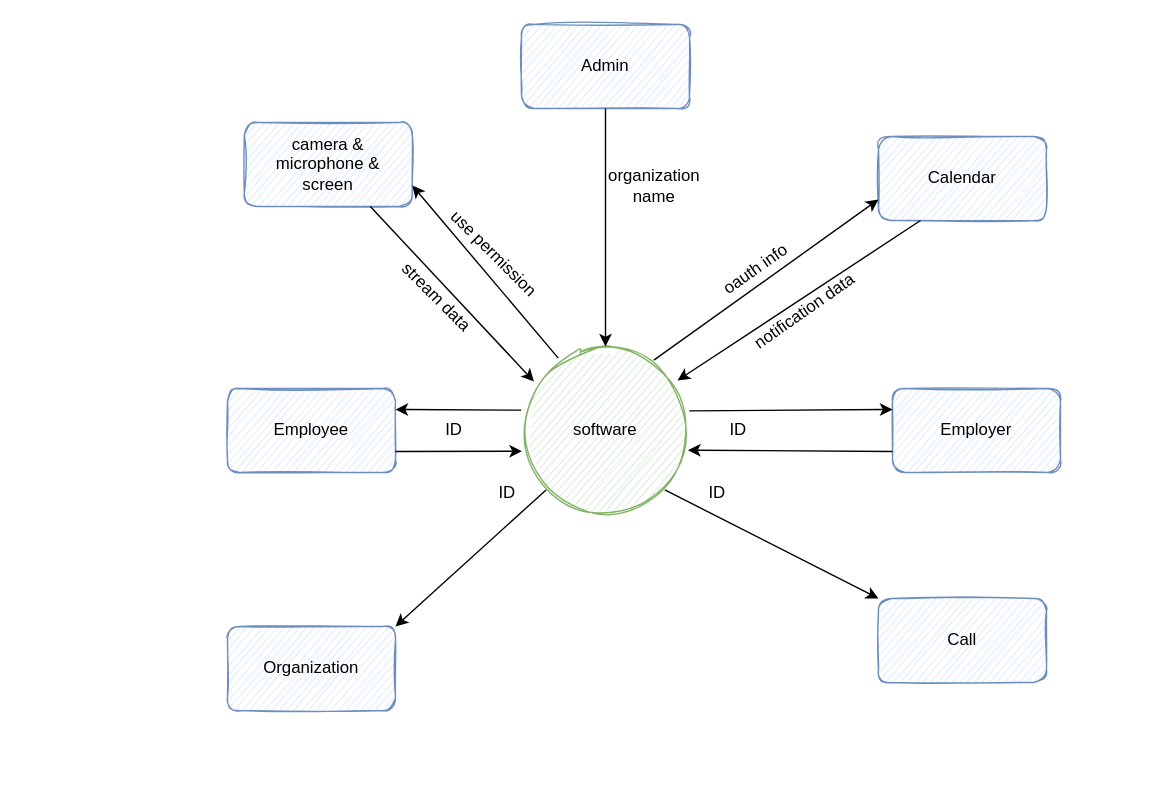
Before: software-design/DFD-layer-0.drawio in mohammadne/AUT, a draw.io diagram. Source tidied: cells renumbered, new cells numbered last; positions are measured from the earlier drawing's top-left corner, leaving out a move shared by most shapes. Both pictures are drawn from the tidied source at 140%, with x=0, y=0 at pixel (227, 24).
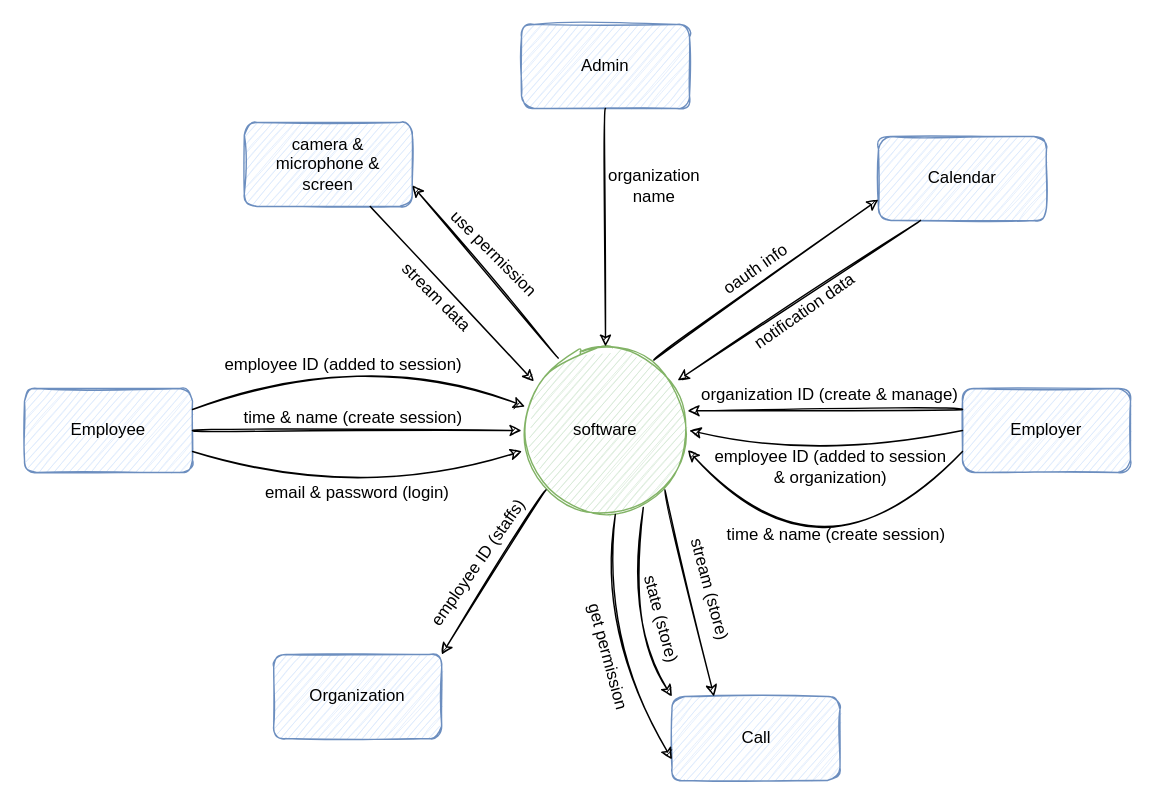
Above is the later version.

The change refers to these unchanged cells:
```xml
<mxCell id="2" value="Admin" style="rounded=1;whiteSpace=wrap;html=1;sketch=1;fillColor=#dae8fc;strokeColor=#6c8ebf;" parent="1" vertex="1">
  <mxGeometry x="210" width="120" height="60" as="geometry" />
</mxCell>
<mxCell id="6" value="Calendar" style="rounded=1;whiteSpace=wrap;html=1;sketch=1;fillColor=#dae8fc;strokeColor=#6c8ebf;" parent="1" vertex="1">
  <mxGeometry x="465" y="80" width="120" height="60" as="geometry" />
</mxCell>
<mxCell id="8" value="camera &amp;amp; &lt;br&gt;microphone &amp;amp;&lt;br&gt;screen" style="rounded=1;whiteSpace=wrap;html=1;sketch=1;fillColor=#dae8fc;strokeColor=#6c8ebf;" parent="1" vertex="1">
  <mxGeometry x="12" y="70" width="120" height="60" as="geometry" />
</mxCell>
<mxCell id="9" value="software" style="ellipse;whiteSpace=wrap;html=1;rounded=1;sketch=1;fillColor=#d5e8d4;strokeColor=#82b366;" parent="1" vertex="1">
  <mxGeometry x="210" y="230" width="120" height="120" as="geometry" />
</mxCell>
```

The edit, as a diff of the source:
```diff
@@
     <mxCell id="3" value="Employee" style="rounded=1;whiteSpace=wrap;html=1;sketch=1;fillColor=#dae8fc;strokeColor=#6c8ebf;" parent="1" vertex="1">
-      <mxGeometry y="260" width="120" height="60" as="geometry" />
+      <mxGeometry x="-145" y="260" width="120" height="60" as="geometry" />
     </mxCell>
     <mxCell id="4" value="Employer" style="rounded=1;whiteSpace=wrap;html=1;sketch=1;fillColor=#dae8fc;strokeColor=#6c8ebf;" parent="1" vertex="1">
-      <mxGeometry x="475" y="260" width="120" height="60" as="geometry" />
+      <mxGeometry x="525" y="260" width="120" height="60" as="geometry" />
     </mxCell>
     <mxCell id="5" value="Organization" style="rounded=1;whiteSpace=wrap;html=1;sketch=1;fillColor=#dae8fc;strokeColor=#6c8ebf;" parent="1" vertex="1">
-      <mxGeometry y="430" width="120" height="60" as="geometry" />
+      <mxGeometry x="33" y="450" width="120" height="60" as="geometry" />
     </mxCell>
@@
     <mxCell id="7" value="Call" style="rounded=1;whiteSpace=wrap;html=1;sketch=1;fillColor=#dae8fc;strokeColor=#6c8ebf;" parent="1" vertex="1">
-      <mxGeometry x="465" y="410" width="120" height="60" as="geometry" />
+      <mxGeometry x="317.5" y="480" width="120" height="60" as="geometry" />
     </mxCell>
@@
-    <mxCell id="10" style="endArrow=classic;html=1;rounded=0;exitX=0.25;exitY=1;exitDx=0;exitDy=0;entryX=0.929;entryY=0.202;entryDx=0;entryDy=0;entryPerimeter=0;" parent="1" edge="1" source="6" target="9">
+    <mxCell id="10" style="endArrow=classic;html=1;rounded=1;exitX=0.25;exitY=1;exitDx=0;exitDy=0;entryX=0.929;entryY=0.202;entryDx=0;entryDy=0;entryPerimeter=0;sketch=1;curved=1;" parent="1" edge="1" source="6" target="9">
       <mxGeometry relative="1" as="geometry" />
     </mxCell>
-    <mxCell id="11" value="notification data" style="text;html=1;strokeColor=none;fillColor=none;align=center;verticalAlign=middle;whiteSpace=wrap;rounded=0;rotation=-35;" parent="1" vertex="1">
+    <mxCell id="11" value="notification data" style="text;html=1;strokeColor=none;fillColor=none;align=center;verticalAlign=middle;whiteSpace=wrap;rounded=1;rotation=-35;sketch=1;" parent="1" vertex="1">
       <mxGeometry x="365" y="190" width="95" height="30" as="geometry" />
     </mxCell>
-    <mxCell id="12" style="endArrow=classic;html=1;rounded=0;exitX=0.75;exitY=1;exitDx=0;exitDy=0;entryX=0.074;entryY=0.208;entryDx=0;entryDy=0;entryPerimeter=0;" parent="1" edge="1" source="8" target="9">
+    <mxCell id="12" style="endArrow=classic;html=1;rounded=1;exitX=0.75;exitY=1;exitDx=0;exitDy=0;entryX=0.074;entryY=0.208;entryDx=0;entryDy=0;entryPerimeter=0;sketch=1;curved=1;" parent="1" edge="1" source="8" target="9">
       <mxGeometry relative="1" as="geometry" />
     </mxCell>
-    <mxCell id="13" value="stream data" style="text;html=1;strokeColor=none;fillColor=none;align=center;verticalAlign=middle;whiteSpace=wrap;rounded=0;rotation=45;" parent="1" vertex="1">
+    <mxCell id="13" value="stream data" style="text;html=1;strokeColor=none;fillColor=none;align=center;verticalAlign=middle;whiteSpace=wrap;rounded=1;rotation=45;sketch=1;" parent="1" vertex="1">
       <mxGeometry x="107" y="180" width="85" height="30" as="geometry" />
     </mxCell>
-    <mxCell id="14" style="endArrow=classic;html=1;rounded=0;exitX=0.5;exitY=1;exitDx=0;exitDy=0;entryX=0.5;entryY=0;entryDx=0;entryDy=0;" parent="1" edge="1" source="2" target="9">
+    <mxCell id="14" style="endArrow=classic;html=1;rounded=1;exitX=0.5;exitY=1;exitDx=0;exitDy=0;entryX=0.5;entryY=0;entryDx=0;entryDy=0;sketch=1;curved=1;" parent="1" edge="1" source="2" target="9">
       <mxGeometry relative="1" as="geometry" />
     </mxCell>
-    <mxCell id="15" value="organization name" style="text;html=1;strokeColor=none;fillColor=none;align=center;verticalAlign=middle;whiteSpace=wrap;rounded=0;" parent="1" vertex="1">
+    <mxCell id="15" value="organization name" style="text;html=1;strokeColor=none;fillColor=none;align=center;verticalAlign=middle;whiteSpace=wrap;rounded=1;sketch=1;" parent="1" vertex="1">
       <mxGeometry x="275" y="100" width="60" height="30" as="geometry" />
     </mxCell>
-    <mxCell id="16" style="endArrow=classic;html=1;rounded=0;exitX=-0.001;exitY=0.379;exitDx=0;exitDy=0;entryX=1;entryY=0.25;entryDx=0;entryDy=0;exitPerimeter=0;" parent="1" edge="1" source="9" target="3">
-      <mxGeometry relative="1" as="geometry" />
-    </mxCell>
-    <mxCell id="17" style="endArrow=classic;html=1;rounded=0;exitX=1;exitY=0.75;exitDx=0;exitDy=0;entryX=0.003;entryY=0.623;entryDx=0;entryDy=0;entryPerimeter=0;" parent="1" edge="1" source="3" target="9">
-      <mxGeometry relative="1" as="geometry" />
+    <mxCell id="17" style="endArrow=classic;html=1;rounded=1;exitX=1;exitY=0.75;exitDx=0;exitDy=0;entryX=0.003;entryY=0.623;entryDx=0;entryDy=0;entryPerimeter=0;sketch=1;curved=1;" parent="1" edge="1" source="3" target="9">
+      <mxGeometry relative="1" as="geometry">
+        <Array as="points">
+          <mxPoint x="95" y="340" />
+        </Array>
+      </mxGeometry>
     </mxCell>
-    <mxCell id="18" value="ID" style="text;html=1;strokeColor=none;fillColor=none;align=center;verticalAlign=middle;whiteSpace=wrap;rounded=0;" parent="1" vertex="1">
-      <mxGeometry x="132" y="275" width="60" height="30" as="geometry" />
-    </mxCell>
-    <mxCell id="19" style="endArrow=classic;html=1;rounded=0;exitX=0.999;exitY=0.383;exitDx=0;exitDy=0;entryX=0;entryY=0.25;entryDx=0;entryDy=0;exitPerimeter=0;" parent="1" edge="1" source="9" target="4">
-      <mxGeometry relative="1" as="geometry" />
-    </mxCell>
-    <mxCell id="20" style="endArrow=classic;html=1;rounded=0;exitX=0;exitY=0.75;exitDx=0;exitDy=0;entryX=0.991;entryY=0.617;entryDx=0;entryDy=0;entryPerimeter=0;" parent="1" edge="1" source="4" target="9">
-      <mxGeometry relative="1" as="geometry" />
+    <mxCell id="20" style="endArrow=classic;html=1;rounded=1;exitX=0;exitY=0.75;exitDx=0;exitDy=0;entryX=0.991;entryY=0.617;entryDx=0;entryDy=0;entryPerimeter=0;sketch=1;curved=1;" parent="1" edge="1" source="4" target="9">
+      <mxGeometry relative="1" as="geometry">
+        <Array as="points">
+          <mxPoint x="425" y="410" />
+        </Array>
+      </mxGeometry>
     </mxCell>
-    <mxCell id="21" value="ID" style="text;html=1;strokeColor=none;fillColor=none;align=center;verticalAlign=middle;whiteSpace=wrap;rounded=0;" parent="1" vertex="1">
-      <mxGeometry x="335" y="275" width="60" height="30" as="geometry" />
+    <mxCell id="21" value="email &amp;amp; password (login)" style="text;html=1;strokeColor=none;fillColor=none;align=center;verticalAlign=middle;whiteSpace=wrap;rounded=1;sketch=1;" parent="1" vertex="1">
+      <mxGeometry x="13" y="320" width="160" height="30" as="geometry" />
     </mxCell>
-    <mxCell id="22" style="endArrow=classic;html=1;rounded=0;exitX=1;exitY=1;exitDx=0;exitDy=0;entryX=0;entryY=0;entryDx=0;entryDy=0;" parent="1" edge="1" source="9" target="7">
+    <mxCell id="22" style="endArrow=classic;html=1;rounded=1;exitX=1;exitY=1;exitDx=0;exitDy=0;entryX=0.25;entryY=0;entryDx=0;entryDy=0;sketch=1;curved=1;" parent="1" edge="1" source="9" target="7">
       <mxGeometry relative="1" as="geometry" />
     </mxCell>
-    <mxCell id="23" style="endArrow=classic;html=1;rounded=0;exitX=0;exitY=1;exitDx=0;exitDy=0;entryX=1;entryY=0;entryDx=0;entryDy=0;" parent="1" edge="1" source="9" target="5">
+    <mxCell id="23" style="endArrow=classic;html=1;rounded=1;exitX=0;exitY=1;exitDx=0;exitDy=0;entryX=1;entryY=0;entryDx=0;entryDy=0;sketch=1;curved=1;" parent="1" edge="1" source="9" target="5">
       <mxGeometry relative="1" as="geometry" />
     </mxCell>
-    <mxCell id="24" value="ID" style="text;html=1;strokeColor=none;fillColor=none;align=center;verticalAlign=middle;whiteSpace=wrap;rounded=0;" parent="1" vertex="1">
-      <mxGeometry x="320" y="320" width="60" height="30" as="geometry" />
+    <mxCell id="24" value="stream (store)" style="text;html=1;strokeColor=none;fillColor=none;align=center;verticalAlign=middle;whiteSpace=wrap;rounded=1;sketch=1;rotation=75;" parent="1" vertex="1">
+      <mxGeometry x="305" y="388.7" width="80" height="30" as="geometry" />
     </mxCell>
-    <mxCell id="25" value="ID" style="text;html=1;strokeColor=none;fillColor=none;align=center;verticalAlign=middle;whiteSpace=wrap;rounded=0;" parent="1" vertex="1">
-      <mxGeometry x="170" y="320" width="60" height="30" as="geometry" />
+    <mxCell id="25" value="employee ID (staffs)" style="text;html=1;strokeColor=none;fillColor=none;align=center;verticalAlign=middle;whiteSpace=wrap;rounded=1;sketch=1;rotation=-55;" parent="1" vertex="1">
+      <mxGeometry x="116.6" y="370" width="125" height="30" as="geometry" />
     </mxCell>
-    <mxCell id="26" style="endArrow=classic;html=1;rounded=0;exitX=0.788;exitY=0.081;exitDx=0;exitDy=0;entryX=0;entryY=0.75;entryDx=0;entryDy=0;exitPerimeter=0;" parent="1" edge="1" source="9" target="6">
+    <mxCell id="26" style="endArrow=classic;html=1;rounded=1;exitX=0.788;exitY=0.081;exitDx=0;exitDy=0;entryX=0;entryY=0.75;entryDx=0;entryDy=0;exitPerimeter=0;sketch=1;curved=1;" parent="1" edge="1" source="9" target="6">
       <mxGeometry relative="1" as="geometry" />
     </mxCell>
-    <mxCell id="27" value="oauth info" style="text;html=1;strokeColor=none;fillColor=none;align=center;verticalAlign=middle;whiteSpace=wrap;rounded=0;rotation=-35;" parent="1" vertex="1">
+    <mxCell id="27" value="oauth info" style="text;html=1;strokeColor=none;fillColor=none;align=center;verticalAlign=middle;whiteSpace=wrap;rounded=1;rotation=-35;sketch=1;" parent="1" vertex="1">
       <mxGeometry x="330" y="160" width="95" height="30" as="geometry" />
     </mxCell>
-    <mxCell id="28" style="endArrow=classic;html=1;rounded=0;exitX=0.219;exitY=0.069;exitDx=0;exitDy=0;entryX=1;entryY=0.75;entryDx=0;entryDy=0;exitPerimeter=0;" parent="1" edge="1" source="9" target="8">
+    <mxCell id="28" style="endArrow=classic;html=1;rounded=1;exitX=0.219;exitY=0.069;exitDx=0;exitDy=0;entryX=1;entryY=0.75;entryDx=0;entryDy=0;exitPerimeter=0;sketch=1;curved=1;" parent="1" edge="1" source="9" target="8">
       <mxGeometry relative="1" as="geometry" />
     </mxCell>
-    <mxCell id="29" value="use permission" style="text;html=1;strokeColor=none;fillColor=none;align=center;verticalAlign=middle;whiteSpace=wrap;rounded=0;rotation=45;" parent="1" vertex="1">
+    <mxCell id="29" value="use permission" style="text;html=1;strokeColor=none;fillColor=none;align=center;verticalAlign=middle;whiteSpace=wrap;rounded=1;rotation=45;sketch=1;" parent="1" vertex="1">
       <mxGeometry x="148" y="149" width="85" height="30" as="geometry" />
     </mxCell>
+    <mxCell id="30" style="endArrow=classic;html=1;rounded=1;exitX=1;exitY=0.5;exitDx=0;exitDy=0;entryX=0;entryY=0.5;entryDx=0;entryDy=0;sketch=1;curved=1;" parent="1" edge="1" source="3" target="9">
+      <mxGeometry relative="1" as="geometry" />
+    </mxCell>
+    <mxCell id="31" value="time &amp;amp; name (create session)" style="text;html=1;strokeColor=none;fillColor=none;align=center;verticalAlign=middle;whiteSpace=wrap;rounded=1;sketch=1;" parent="1" vertex="1">
+      <mxGeometry x="10" y="266" width="160" height="30" as="geometry" />
+    </mxCell>
+    <mxCell id="32" style="endArrow=classic;html=1;rounded=1;exitX=1;exitY=0.25;exitDx=0;exitDy=0;entryX=0.021;entryY=0.357;entryDx=0;entryDy=0;sketch=1;curved=1;entryPerimeter=0;" parent="1" edge="1" source="3" target="9">
+      <mxGeometry relative="1" as="geometry">
+        <Array as="points">
+          <mxPoint x="95" y="230" />
+        </Array>
+      </mxGeometry>
+    </mxCell>
+    <mxCell id="33" value="employee ID (added to session)" style="text;html=1;strokeColor=none;fillColor=none;align=center;verticalAlign=middle;whiteSpace=wrap;rounded=1;sketch=1;" parent="1" vertex="1">
+      <mxGeometry x="-5" y="228" width="176" height="30" as="geometry" />
+    </mxCell>
+    <mxCell id="34" style="endArrow=classic;html=1;rounded=1;exitX=0;exitY=0.5;exitDx=0;exitDy=0;entryX=1;entryY=0.5;entryDx=0;entryDy=0;sketch=1;curved=1;" parent="1" edge="1" source="4" target="9">
+      <mxGeometry relative="1" as="geometry">
+        <Array as="points">
+          <mxPoint x="425" y="310" />
+        </Array>
+      </mxGeometry>
+    </mxCell>
+    <mxCell id="35" style="endArrow=classic;html=1;rounded=1;exitX=0;exitY=0.25;exitDx=0;exitDy=0;entryX=0.989;entryY=0.383;entryDx=0;entryDy=0;sketch=1;curved=1;entryPerimeter=0;" parent="1" edge="1" source="4" target="9">
+      <mxGeometry relative="1" as="geometry" />
+    </mxCell>
+    <mxCell id="36" value="organization ID (create &amp;amp; manage)" style="text;html=1;strokeColor=none;fillColor=none;align=center;verticalAlign=middle;whiteSpace=wrap;rounded=1;sketch=1;" parent="1" vertex="1">
+      <mxGeometry x="337" y="250" width="187" height="30" as="geometry" />
+    </mxCell>
+    <mxCell id="37" value="employee ID (added to session &amp;amp; organization)" style="text;html=1;strokeColor=none;fillColor=none;align=center;verticalAlign=middle;whiteSpace=wrap;rounded=1;sketch=1;" parent="1" vertex="1">
+      <mxGeometry x="342.5" y="301" width="176" height="30" as="geometry" />
+    </mxCell>
+    <mxCell id="38" value="time &amp;amp; name (create session)" style="text;html=1;strokeColor=none;fillColor=none;align=center;verticalAlign=middle;whiteSpace=wrap;rounded=1;sketch=1;" parent="1" vertex="1">
+      <mxGeometry x="355" y="350" width="160" height="30" as="geometry" />
+    </mxCell>
+    <mxCell id="39" style="endArrow=classic;html=1;rounded=1;exitX=0.725;exitY=0.958;exitDx=0;exitDy=0;entryX=0;entryY=0;entryDx=0;entryDy=0;sketch=1;curved=1;exitPerimeter=0;" parent="1" edge="1" source="9" target="7">
+      <mxGeometry relative="1" as="geometry">
+        <Array as="points">
+          <mxPoint x="285" y="430" />
+        </Array>
+      </mxGeometry>
+    </mxCell>
+    <mxCell id="40" value="state (store)" style="text;html=1;strokeColor=none;fillColor=none;align=center;verticalAlign=middle;whiteSpace=wrap;rounded=1;sketch=1;rotation=75;" parent="1" vertex="1">
+      <mxGeometry x="270" y="410" width="80" height="30" as="geometry" />
+    </mxCell>
+    <mxCell id="41" style="endArrow=classic;html=1;rounded=1;exitX=0.725;exitY=0.958;exitDx=0;exitDy=0;entryX=0;entryY=0.75;entryDx=0;entryDy=0;sketch=1;curved=1;exitPerimeter=0;" parent="1" edge="1" target="7">
+      <mxGeometry relative="1" as="geometry">
+        <mxPoint x="277" y="350" as="sourcePoint" />
+        <Array as="points">
+          <mxPoint x="265" y="435" />
+        </Array>
+      </mxGeometry>
+    </mxCell>
+    <mxCell id="42" value="get permission" style="text;html=1;strokeColor=none;fillColor=none;align=center;verticalAlign=middle;whiteSpace=wrap;rounded=1;sketch=1;rotation=75;" parent="1" vertex="1">
+      <mxGeometry x="224.4" y="437.2" width="95" height="30" as="geometry" />
+    </mxCell>
```
